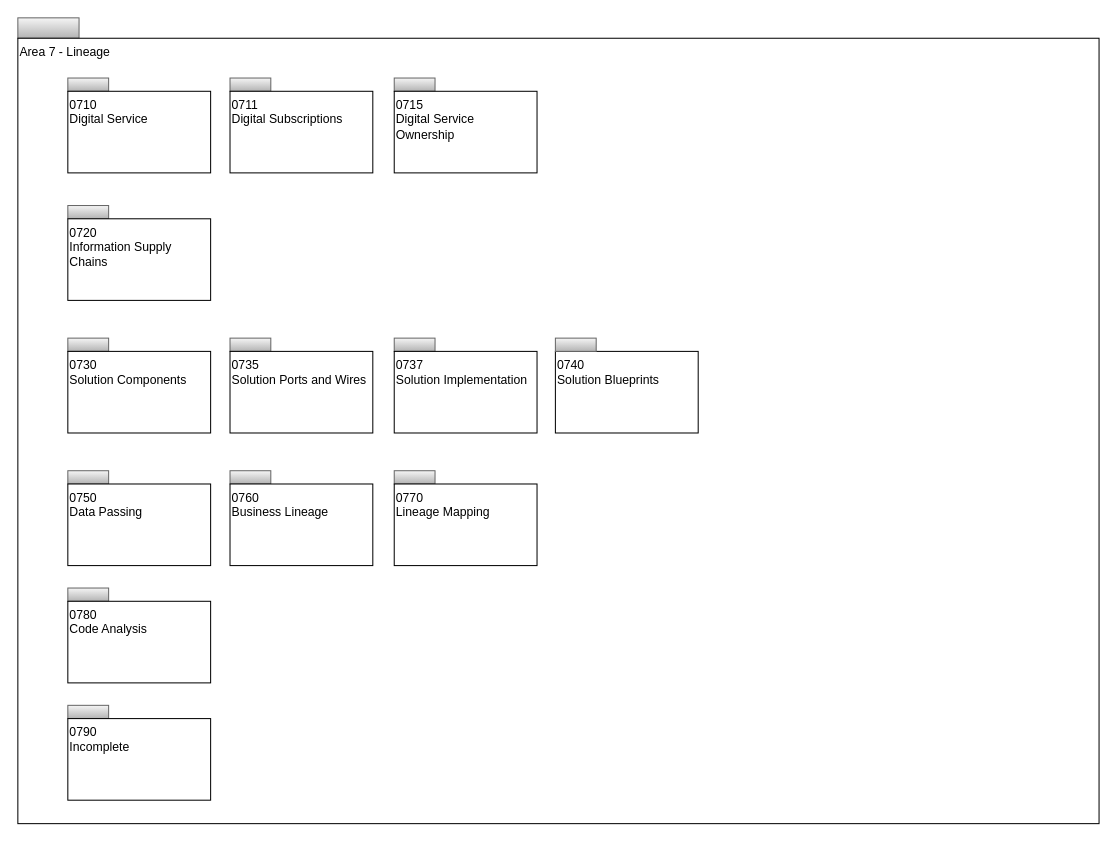
Before: page "Overview" (1 of 17) of site/docs/types/7/area-7-lineage.drawio in odpi/egeria-docs, a draw.io diagram. Source tidied: cells renumbered, new cells numbered last; positions are measured from the earlier drawing's top-left corner, leaving out a move shared by most shapes. Both pictures are drawn from the tidied source at 102%, with x=0, y=0 at pixel (17, 17).
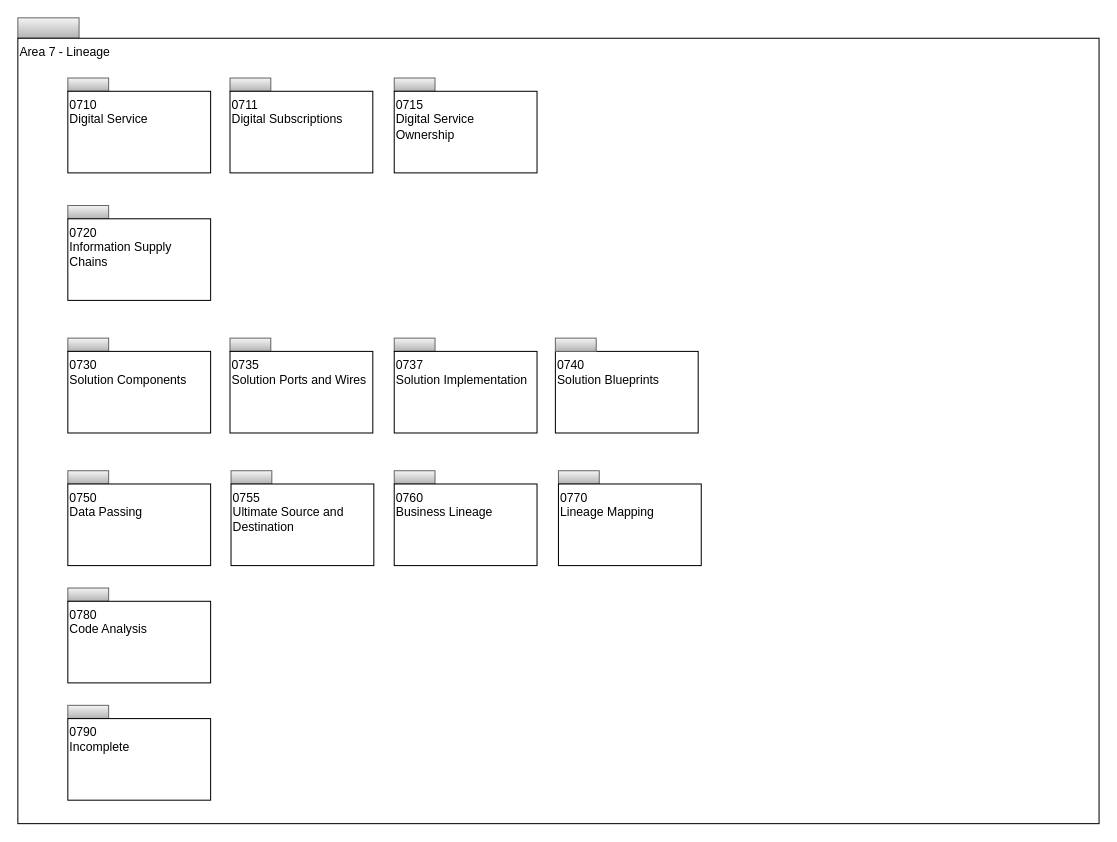
After the change.

The edit, as a diff of the source:
```diff
@@
     <mxCell id="20" style="rounded=0;whiteSpace=wrap;html=1;align=left;fillColor=#f5f5f5;strokeColor=#666666;gradientColor=#b3b3b3;" parent="1" vertex="1">
-      <mxGeometry x="208" y="444" width="40" height="13" as="geometry" />
+      <mxGeometry x="369" y="444" width="40" height="13" as="geometry" />
     </mxCell>
     <mxCell id="21" value="0760&lt;br&gt;Business Lineage" style="rounded=0;whiteSpace=wrap;html=1;align=left;verticalAlign=top;" parent="1" vertex="1">
-      <mxGeometry x="208" y="457" width="140" height="80" as="geometry" />
+      <mxGeometry x="369" y="457" width="140" height="80" as="geometry" />
     </mxCell>
     <mxCell id="22" style="rounded=0;whiteSpace=wrap;html=1;align=left;fillColor=#f5f5f5;strokeColor=#666666;gradientColor=#b3b3b3;" parent="1" vertex="1">
-      <mxGeometry x="369" y="444" width="40" height="13" as="geometry" />
+      <mxGeometry x="530" y="444" width="40" height="13" as="geometry" />
     </mxCell>
     <mxCell id="23" value="0770&lt;br&gt;Lineage Mapping" style="rounded=0;whiteSpace=wrap;html=1;align=left;verticalAlign=top;" parent="1" vertex="1">
-      <mxGeometry x="369" y="457" width="140" height="80" as="geometry" />
+      <mxGeometry x="530" y="457" width="140" height="80" as="geometry" />
     </mxCell>
@@
+    <mxCell id="30" style="rounded=0;whiteSpace=wrap;html=1;align=left;fillColor=#f5f5f5;strokeColor=#666666;gradientColor=#b3b3b3;" parent="1" vertex="1">
+      <mxGeometry x="209" y="444" width="40" height="13" as="geometry" />
+    </mxCell>
+    <mxCell id="31" value="0755&lt;br&gt;Ultimate Source and Destination" style="rounded=0;whiteSpace=wrap;html=1;align=left;verticalAlign=top;" parent="1" vertex="1">
+      <mxGeometry x="209" y="457" width="140" height="80" as="geometry" />
+    </mxCell>
```
